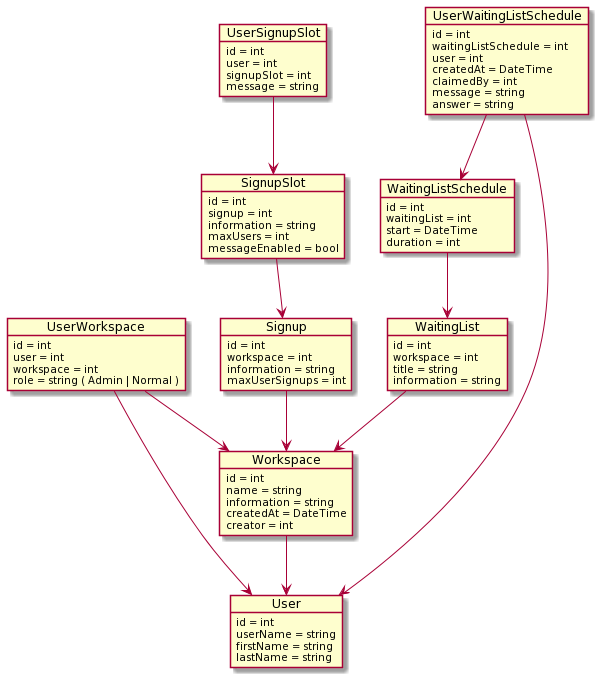
This is docs/database_schema.png from InputPlaceholderName/tosca-backend, a PlantUML export, as it was before one commit.
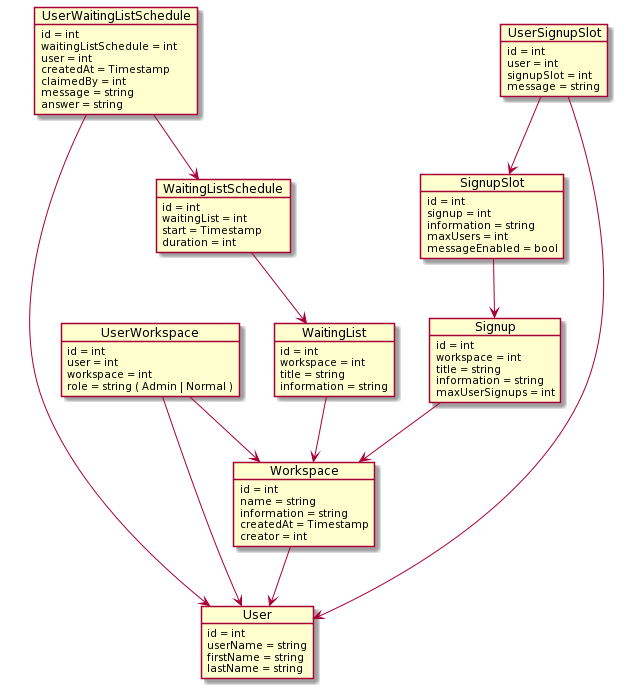
Later version of the same file.

Diff of the diagram source:
```diff
@@ -10,7 +10,7 @@
     id = int
     name = string
     information = string
-    createdAt = DateTime
+    createdAt = Timestamp
     creator = int
 }
 
@@ -31,7 +31,7 @@
 object WaitingListSchedule {
     id = int
     waitingList = int
-    start = DateTime
+    start = Timestamp
     duration = int
 }
 
@@ -39,7 +39,7 @@
     id = int
     waitingListSchedule = int
     user = int
-    createdAt = DateTime
+    createdAt = Timestamp
     claimedBy = int
     message = string
     answer = string
@@ -48,6 +48,7 @@
 object Signup {
     id = int
     workspace = int
+    title = string
     information = string
     maxUserSignups = int
 }
@@ -86,4 +87,5 @@
 SignupSlot --> Signup
 
 UserSignupSlot --> SignupSlot
+UserSignupSlot --> User
 @enduml
```
